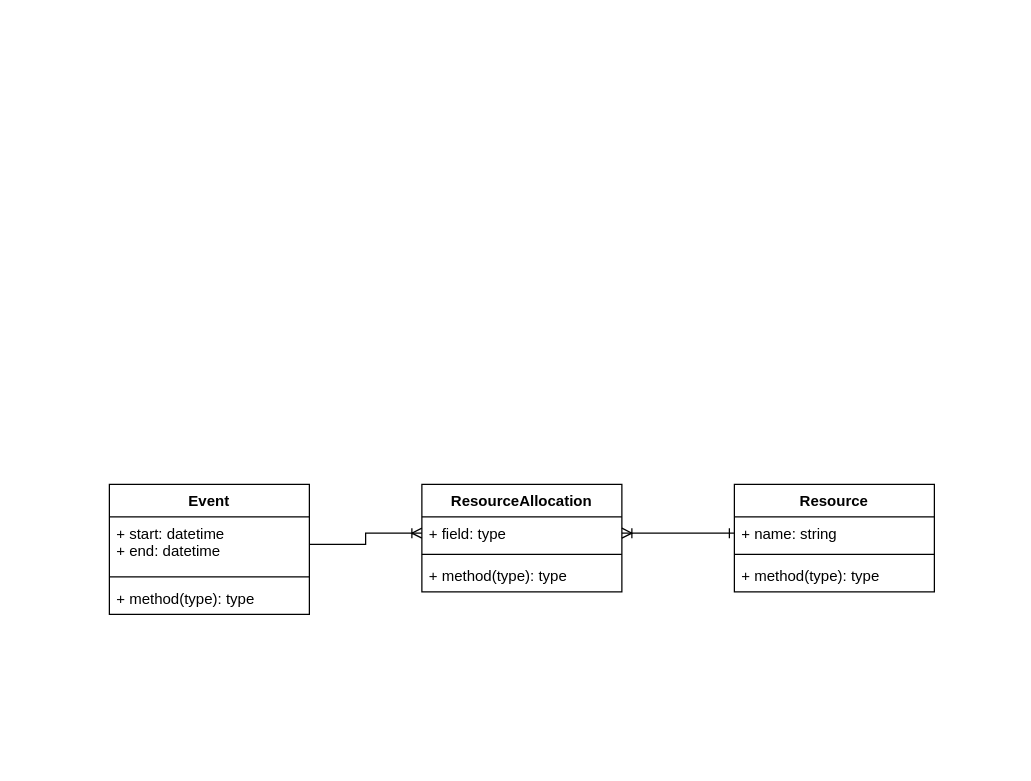
Before: Untitled Diagram.drawio in sj3/draw, a draw.io diagram. Source tidied: cells renumbered, new cells numbered last; positions are measured from the earlier drawing's top-left corner, leaving out a move shared by most shapes. Both pictures are drawn from the tidied source at 125%, with x=0, y=0 at pixel (109, 484).
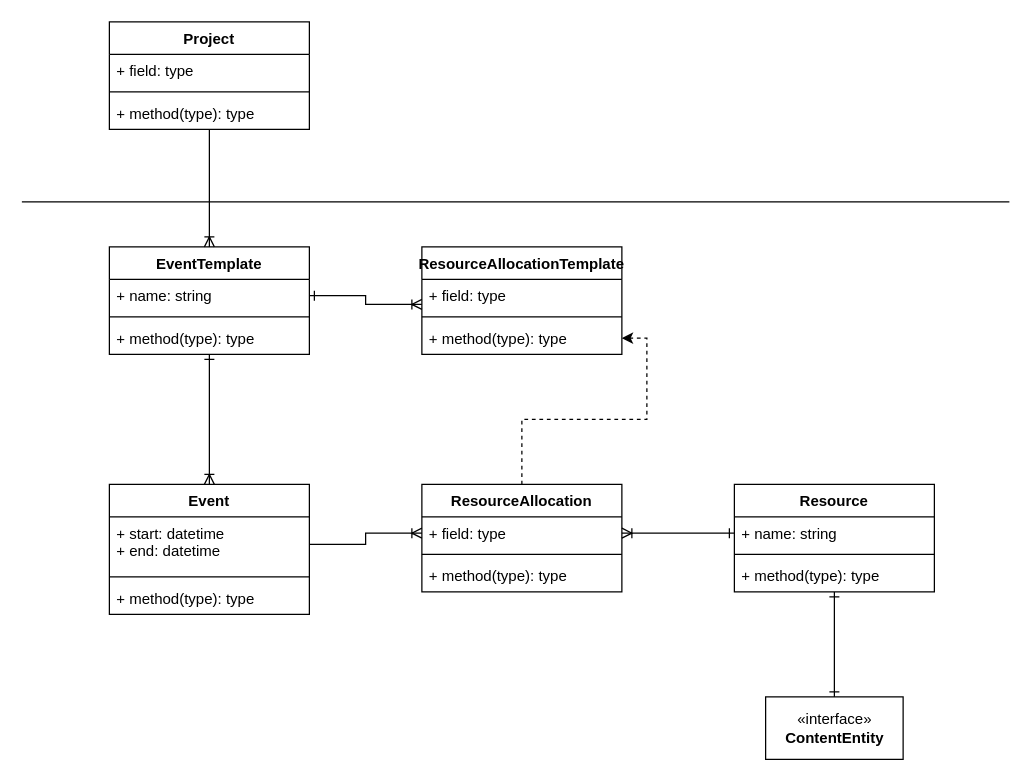
The same page after the edit.

Unchanged cells that the change refers to:
```xml
<mxCell id="2" value="Event" style="swimlane;fontStyle=1;align=center;verticalAlign=top;horizontal=1;startSize=26;" parent="1" vertex="1">
  <mxGeometry width="160" height="104" as="geometry" />
</mxCell>
<mxCell id="6" value="Resource" style="swimlane;fontStyle=1;align=center;verticalAlign=top;horizontal=1;startSize=26;" parent="1" vertex="1">
  <mxGeometry x="500" width="160" height="86" as="geometry" />
</mxCell>
<mxCell id="10" value="ResourceAllocation" style="swimlane;fontStyle=1;align=center;verticalAlign=top;horizontal=1;startSize=26;" parent="1" vertex="1">
  <mxGeometry x="250" width="160" height="86" as="geometry" />
</mxCell>
```

What changed in the source:
```diff
@@
+    <mxCell id="16" style="edgeStyle=orthogonalEdgeStyle;rounded=0;jettySize=auto;html=1;entryX=0.5;entryY=0;entryDx=0;entryDy=0;startArrow=ERone;startFill=0;endArrow=ERone;endFill=0;" parent="1" edge="1" source="6" target="28">
+      <mxGeometry relative="1" as="geometry" />
+    </mxCell>
@@
+    <mxCell id="17" style="edgeStyle=orthogonalEdgeStyle;rounded=0;jettySize=auto;html=1;startArrow=none;startFill=0;endArrow=classic;endFill=1;dashed=1;" parent="1" edge="1" source="10" target="26">
+      <mxGeometry relative="1" as="geometry" />
+    </mxCell>
@@
+    <mxCell id="18" style="edgeStyle=orthogonalEdgeStyle;rounded=0;jettySize=auto;html=1;entryX=0.5;entryY=0;entryDx=0;entryDy=0;startArrow=ERone;startFill=0;endArrow=ERoneToMany;endFill=0;" parent="1" edge="1" source="19" target="2">
+      <mxGeometry relative="1" as="geometry" />
+    </mxCell>
+    <mxCell id="19" value="EventTemplate" style="swimlane;fontStyle=1;align=center;verticalAlign=top;horizontal=1;startSize=26;" parent="1" vertex="1">
+      <mxGeometry y="-190" width="160" height="86" as="geometry" />
+    </mxCell>
+    <mxCell id="20" value="+ name: string" style="text;strokeColor=none;fillColor=none;align=left;verticalAlign=top;spacingLeft=4;spacingRight=4;overflow=hidden;points=[[0,0.5],[1,0.5]];portConstraint=eastwest;" parent="19" vertex="1">
+      <mxGeometry y="26" width="160" height="26" as="geometry" />
+    </mxCell>
+    <mxCell id="21" style="line;strokeWidth=1;fillColor=none;align=left;verticalAlign=middle;spacingTop=-1;spacingLeft=3;spacingRight=3;labelPosition=right;" parent="19" vertex="1">
+      <mxGeometry y="52" width="160" height="8" as="geometry" />
+    </mxCell>
+    <mxCell id="22" value="+ method(type): type" style="text;strokeColor=none;fillColor=none;align=left;verticalAlign=top;spacingLeft=4;spacingRight=4;overflow=hidden;" parent="19" vertex="1">
+      <mxGeometry y="60" width="160" height="26" as="geometry" />
+    </mxCell>
+    <mxCell id="23" value="ResourceAllocationTemplate" style="swimlane;fontStyle=1;align=center;verticalAlign=top;horizontal=1;startSize=26;" parent="1" vertex="1">
+      <mxGeometry x="250" y="-190" width="160" height="86" as="geometry" />
+    </mxCell>
+    <mxCell id="24" value="+ field: type" style="text;strokeColor=none;fillColor=none;align=left;verticalAlign=top;spacingLeft=4;spacingRight=4;overflow=hidden;points=[[0,0.5],[1,0.5]];portConstraint=eastwest;" parent="23" vertex="1">
+      <mxGeometry y="26" width="160" height="26" as="geometry" />
+    </mxCell>
+    <mxCell id="25" style="line;strokeWidth=1;fillColor=none;align=left;verticalAlign=middle;spacingTop=-1;spacingLeft=3;spacingRight=3;labelPosition=right;" parent="23" vertex="1">
+      <mxGeometry y="52" width="160" height="8" as="geometry" />
+    </mxCell>
+    <mxCell id="26" value="+ method(type): type" style="text;strokeColor=none;fillColor=none;align=left;verticalAlign=top;spacingLeft=4;spacingRight=4;overflow=hidden;points=[[0,0.5],[1,0.5]];portConstraint=eastwest;" parent="23" vertex="1">
+      <mxGeometry y="60" width="160" height="26" as="geometry" />
+    </mxCell>
+    <mxCell id="27" style="edgeStyle=orthogonalEdgeStyle;rounded=0;jettySize=auto;html=1;entryX=0;entryY=0.769;entryDx=0;entryDy=0;entryPerimeter=0;startArrow=ERone;startFill=0;endArrow=ERoneToMany;endFill=0;" parent="1" edge="1" source="20" target="24">
+      <mxGeometry relative="1" as="geometry" />
+    </mxCell>
+    <mxCell id="28" value="«interface»&lt;br&gt;&lt;b&gt;ContentEntity&lt;/b&gt;" style="html=1;" parent="1" vertex="1">
+      <mxGeometry x="525" y="170" width="110" height="50" as="geometry" />
+    </mxCell>
+    <mxCell id="29" style="line;strokeWidth=1;fillColor=none;align=left;verticalAlign=middle;spacingTop=-1;spacingLeft=3;spacingRight=3;labelPosition=right;" parent="1" vertex="1">
+      <mxGeometry x="-70" y="-230" width="790" height="8" as="geometry" />
+    </mxCell>
+    <mxCell id="30" style="edgeStyle=orthogonalEdgeStyle;rounded=0;jettySize=auto;html=1;entryX=0.5;entryY=0;entryDx=0;entryDy=0;startArrow=none;startFill=0;endArrow=ERoneToMany;endFill=0;" parent="1" edge="1" source="31" target="19">
+      <mxGeometry relative="1" as="geometry" />
+    </mxCell>
+    <mxCell id="31" value="Project" style="swimlane;fontStyle=1;align=center;verticalAlign=top;horizontal=1;startSize=26;" parent="1" vertex="1">
+      <mxGeometry y="-370" width="160" height="86" as="geometry" />
+    </mxCell>
+    <mxCell id="32" value="+ field: type" style="text;strokeColor=none;fillColor=none;align=left;verticalAlign=top;spacingLeft=4;spacingRight=4;overflow=hidden;" parent="31" vertex="1">
+      <mxGeometry y="26" width="160" height="26" as="geometry" />
+    </mxCell>
+    <mxCell id="33" style="line;strokeWidth=1;fillColor=none;align=left;verticalAlign=middle;spacingTop=-1;spacingLeft=3;spacingRight=3;labelPosition=right;" parent="31" vertex="1">
+      <mxGeometry y="52" width="160" height="8" as="geometry" />
+    </mxCell>
+    <mxCell id="34" value="+ method(type): type" style="text;strokeColor=none;fillColor=none;align=left;verticalAlign=top;spacingLeft=4;spacingRight=4;overflow=hidden;" parent="31" vertex="1">
+      <mxGeometry y="60" width="160" height="26" as="geometry" />
+    </mxCell>
```
